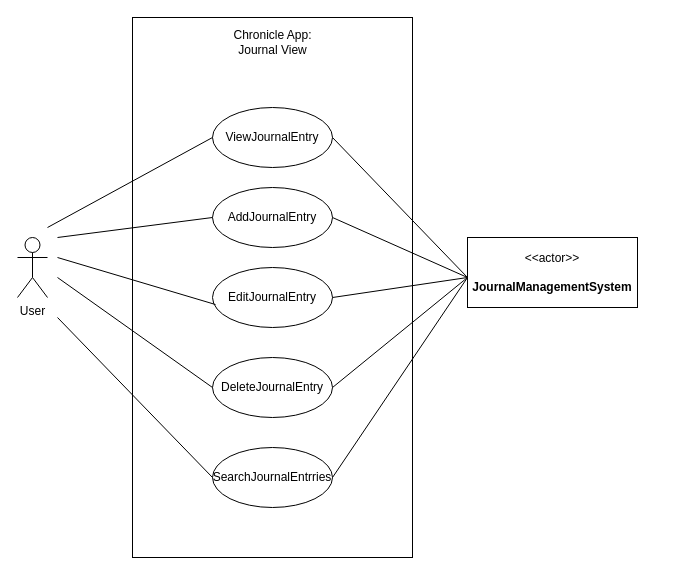
Earlier version of the draw.io diagram page "ViewJournal" (6 of 17) of Week-7-Team-04-Use Case Diagrams (2).drawio (Vaibhav-G-Parmar/Chronicle-Your-Ultimate-Travel-Companion). Source tidied: cells renumbered, new cells numbered last; positions are measured from the earlier drawing's top-left corner, leaving out a move shared by most shapes. Both pictures are drawn from the tidied source at 100%, with x=0, y=0 at pixel (17, 17).
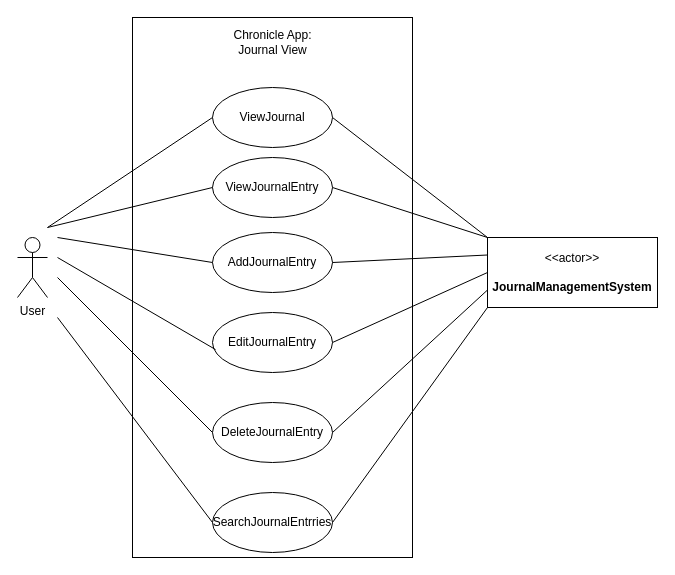
The same page after the edit.

Diff of the diagram source:
```diff
@@
     <mxCell id="3" value="ViewJournalEntry" style="ellipse;whiteSpace=wrap;html=1;" parent="1" vertex="1">
-      <mxGeometry x="195" y="90" width="120" height="60" as="geometry" />
+      <mxGeometry x="195" y="140" width="120" height="60" as="geometry" />
     </mxCell>
@@
     <mxCell id="5" value="&amp;lt;&amp;lt;actor&amp;gt;&amp;gt;&lt;br&gt;&lt;br&gt;&lt;b&gt;JournalManagementSystem&lt;br&gt;&lt;/b&gt;" style="html=1;align=center;verticalAlign=middle;dashed=0;whiteSpace=wrap;" parent="1" vertex="1">
-      <mxGeometry x="450" y="220" width="170" height="70" as="geometry" />
+      <mxGeometry x="470" y="220" width="170" height="70" as="geometry" />
     </mxCell>
@@
     <mxCell id="8" value="SearchJournalEntrries" style="ellipse;whiteSpace=wrap;html=1;" parent="1" vertex="1">
-      <mxGeometry x="195" y="430" width="120" height="60" as="geometry" />
+      <mxGeometry x="195" y="475" width="120" height="60" as="geometry" />
     </mxCell>
@@
-    <mxCell id="10" style="endArrow=none;html=1;rounded=0;exitX=1;exitY=0.5;exitDx=0;exitDy=0;" parent="1" edge="1" source="8">
-      <mxGeometry relative="1" as="geometry">
-        <mxPoint x="450" y="260" as="targetPoint" />
-      </mxGeometry>
+    <mxCell id="10" style="endArrow=none;html=1;rounded=0;exitX=1;exitY=0.5;exitDx=0;exitDy=0;entryX=0;entryY=1;entryDx=0;entryDy=0;" parent="1" edge="1" source="8" target="5">
+      <mxGeometry relative="1" as="geometry" />
     </mxCell>
     <mxCell id="11" value="AddJournalEntry" style="ellipse;whiteSpace=wrap;html=1;" parent="1" vertex="1">
-      <mxGeometry x="195" y="170" width="120" height="60" as="geometry" />
+      <mxGeometry x="195" y="215" width="120" height="60" as="geometry" />
     </mxCell>
     <mxCell id="12" value="DeleteJournalEntry" style="ellipse;whiteSpace=wrap;html=1;" parent="1" vertex="1">
-      <mxGeometry x="195" y="340" width="120" height="60" as="geometry" />
+      <mxGeometry x="195" y="385" width="120" height="60" as="geometry" />
     </mxCell>
     <mxCell id="13" value="EditJournalEntry" style="ellipse;whiteSpace=wrap;html=1;" parent="1" vertex="1">
-      <mxGeometry x="195" y="250" width="120" height="60" as="geometry" />
+      <mxGeometry x="195" y="295" width="120" height="60" as="geometry" />
     </mxCell>
@@
-    <mxCell id="17" style="endArrow=none;html=1;rounded=0;exitX=1;exitY=0.5;exitDx=0;exitDy=0;" parent="1" edge="1" source="13">
-      <mxGeometry relative="1" as="geometry">
-        <mxPoint x="450" y="260" as="targetPoint" />
-      </mxGeometry>
+    <mxCell id="17" style="endArrow=none;html=1;rounded=0;exitX=1;exitY=0.5;exitDx=0;exitDy=0;entryX=0;entryY=0.5;entryDx=0;entryDy=0;" parent="1" edge="1" source="13" target="5">
+      <mxGeometry relative="1" as="geometry" />
     </mxCell>
-    <mxCell id="18" style="endArrow=none;html=1;rounded=0;exitX=1;exitY=0.5;exitDx=0;exitDy=0;" parent="1" edge="1" source="12">
-      <mxGeometry relative="1" as="geometry">
-        <mxPoint x="450" y="260" as="targetPoint" />
-      </mxGeometry>
+    <mxCell id="18" style="endArrow=none;html=1;rounded=0;exitX=1;exitY=0.5;exitDx=0;exitDy=0;entryX=0;entryY=0.75;entryDx=0;entryDy=0;" parent="1" edge="1" source="12" target="5">
+      <mxGeometry relative="1" as="geometry" />
     </mxCell>
-    <mxCell id="19" style="endArrow=none;html=1;rounded=0;exitX=1;exitY=0.5;exitDx=0;exitDy=0;" parent="1" edge="1" source="3">
-      <mxGeometry relative="1" as="geometry">
-        <mxPoint x="450" y="260" as="targetPoint" />
-      </mxGeometry>
+    <mxCell id="19" style="endArrow=none;html=1;rounded=0;exitX=1;exitY=0.5;exitDx=0;exitDy=0;entryX=0;entryY=0;entryDx=0;entryDy=0;" parent="1" edge="1" source="3" target="5">
+      <mxGeometry relative="1" as="geometry" />
     </mxCell>
-    <mxCell id="20" style="endArrow=none;html=1;rounded=0;exitX=1;exitY=0.5;exitDx=0;exitDy=0;" parent="1" edge="1" source="11">
-      <mxGeometry relative="1" as="geometry">
-        <mxPoint x="450" y="260" as="targetPoint" />
-      </mxGeometry>
+    <mxCell id="20" style="endArrow=none;html=1;rounded=0;exitX=1;exitY=0.5;exitDx=0;exitDy=0;entryX=0;entryY=0.25;entryDx=0;entryDy=0;" parent="1" edge="1" source="11" target="5">
+      <mxGeometry relative="1" as="geometry" />
     </mxCell>
+    <mxCell id="21" value="ViewJournal" style="ellipse;whiteSpace=wrap;html=1;" parent="1" vertex="1">
+      <mxGeometry x="195" y="70" width="120" height="60" as="geometry" />
+    </mxCell>
+    <mxCell id="22" style="endArrow=none;html=1;rounded=0;entryX=0;entryY=0.5;entryDx=0;entryDy=0;" parent="1" edge="1" target="21">
+      <mxGeometry relative="1" as="geometry">
+        <mxPoint x="30" y="210" as="sourcePoint" />
+      </mxGeometry>
+    </mxCell>
+    <mxCell id="23" style="endArrow=none;html=1;rounded=0;exitX=1;exitY=0.5;exitDx=0;exitDy=0;entryX=0;entryY=0;entryDx=0;entryDy=0;" parent="1" edge="1" source="21" target="5">
+      <mxGeometry relative="1" as="geometry" />
+    </mxCell>
```
